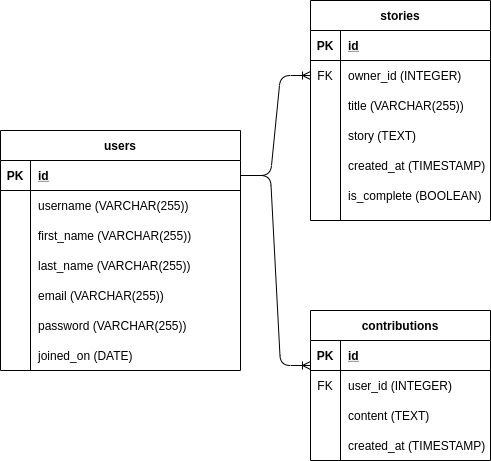
The draw.io diagram ERD.png in RongxinZhang/story-creator, before a commit. Source tidied: cells renumbered, new cells last; positions are measured from the earlier drawing's top-left corner, leaving out a move shared by most shapes.
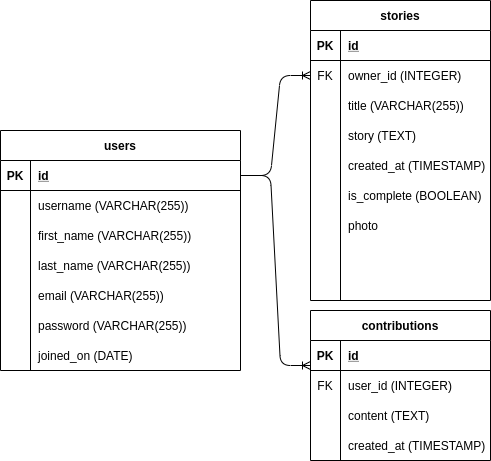
After the commit.

The edit, as a diff of the source:
```diff
@@ -72,7 +72,7 @@
       <mxGeometry x="30" width="210" height="30" as="geometry" />
     </mxCell>
     <mxCell id="25" value="stories" style="shape=table;startSize=30;rowLines=0;fontStyle=1;align=center;" parent="1" vertex="1">
-      <mxGeometry x="310" width="180" height="220" as="geometry" />
+      <mxGeometry x="310" width="180" height="300" as="geometry" />
     </mxCell>
     <mxCell id="26" style="shape=partialRectangle;fillColor=none;top=0;left=0;bottom=1;right=0;" parent="25" vertex="1">
       <mxGeometry y="30" width="180" height="30" as="geometry" />
@@ -128,6 +128,15 @@
     <mxCell id="43" value="is_complete (BOOLEAN)" style="shape=partialRectangle;fillColor=none;top=0;left=0;bottom=0;right=0;align=left;spacingLeft=6;overflow=hidden;" parent="41" vertex="1">
       <mxGeometry x="30" width="150" height="30" as="geometry" />
     </mxCell>
+    <mxCell id="58" style="shape=partialRectangle;fillColor=none;top=0;left=0;bottom=0;right=0;" parent="25" vertex="1">
+      <mxGeometry y="210" width="180" height="30" as="geometry" />
+    </mxCell>
+    <mxCell id="59" style="shape=partialRectangle;fillColor=none;top=0;left=0;bottom=0;right=0;overflow=hidden;" parent="58" vertex="1">
+      <mxGeometry width="30" height="30" as="geometry" />
+    </mxCell>
+    <mxCell id="60" value="photo" style="shape=partialRectangle;fillColor=none;top=0;left=0;bottom=0;right=0;align=left;spacingLeft=6;overflow=hidden;" parent="58" vertex="1">
+      <mxGeometry x="30" width="150" height="30" as="geometry" />
+    </mxCell>
     <mxCell id="44" style="edgeStyle=entityRelationEdgeStyle;fontSize=12;html=1;endArrow=ERoneToMany;exitX=1;exitY=0.5;exitDx=0;exitDy=0;" parent="1" edge="1" source="4">
       <mxGeometry relative="1" as="geometry">
         <mxPoint x="310" y="365" as="targetPoint" />
```
